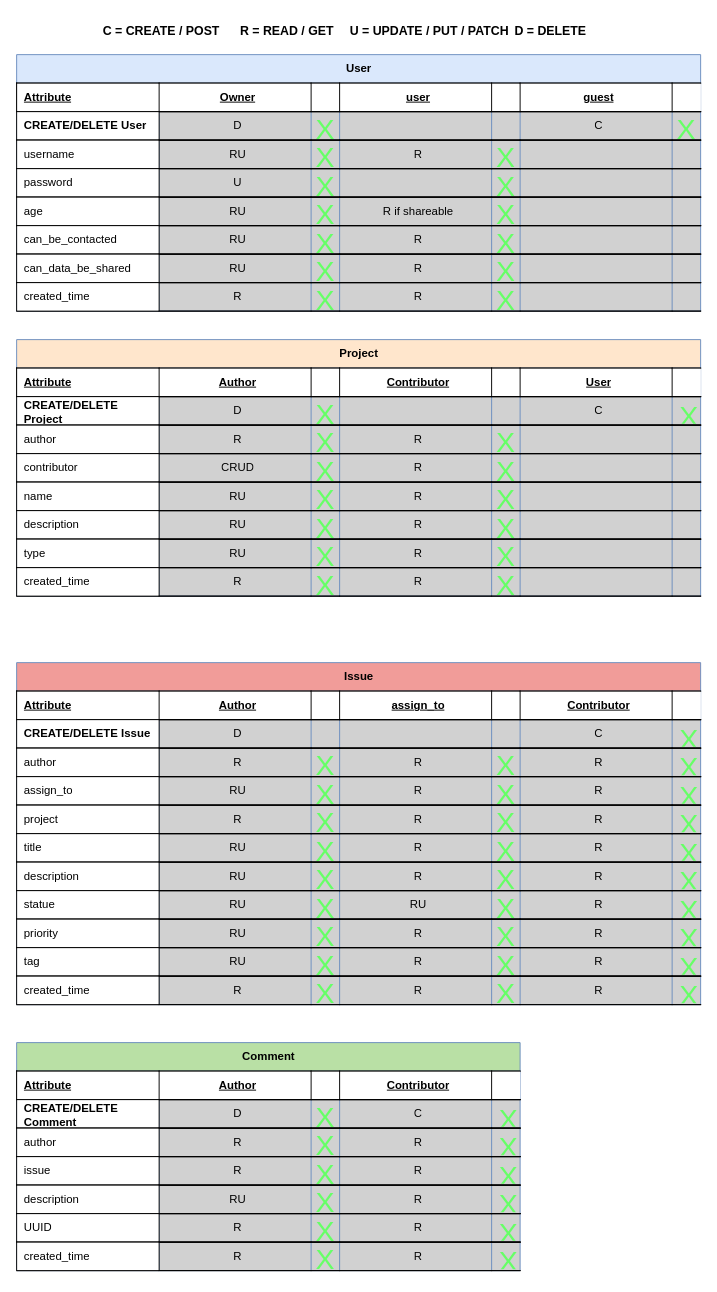
Earlier version of the draw.io diagram page "Permission" (3 of 3) of SoftDesk_Support/Doc/P10_model.drawio (CuteSlime/P10_Creez_une_API_securisee_RESTful_en_utilisant_Django_REST). Source tidied: cells renumbered, new cells numbered last; positions are measured from the earlier drawing's top-left corner, leaving out a move shared by most shapes. Both pictures are drawn from the tidied source at 95%, with x=0, y=0 at pixel (16, 16).
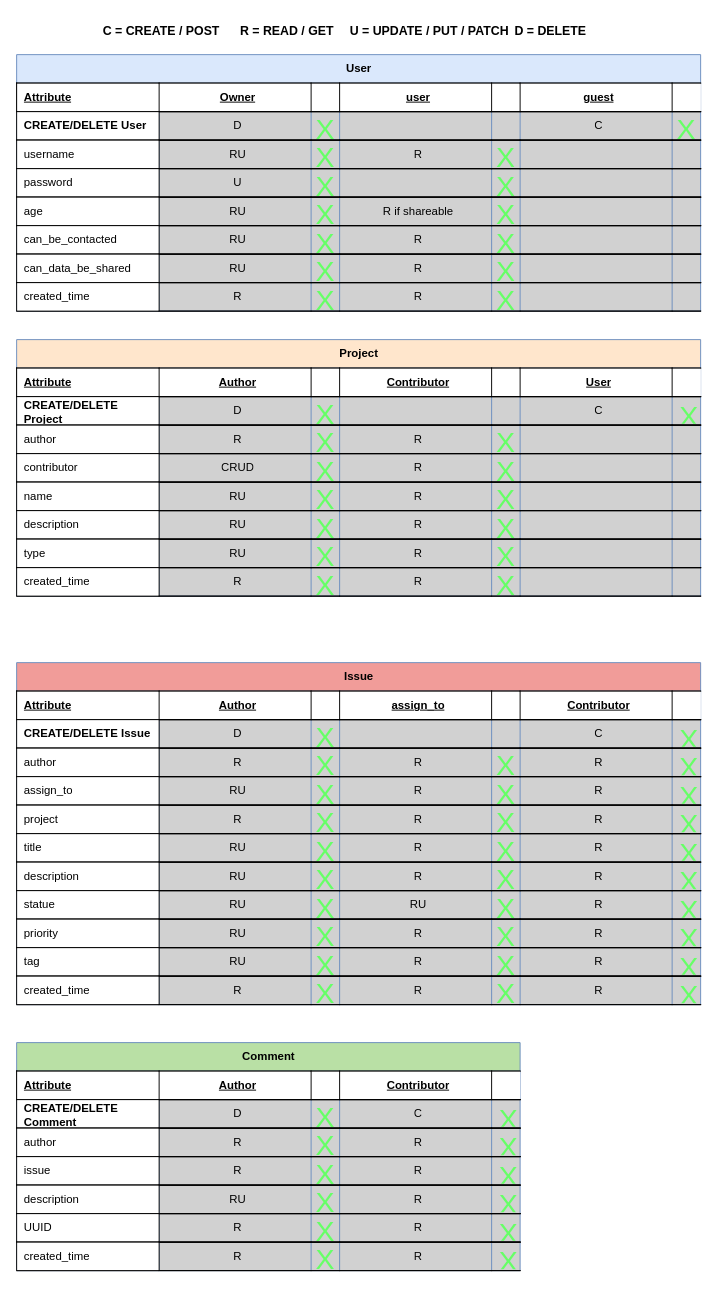
The same page after the edit.

Commit message (it also covers changes not shown here):
Mettre à jour P10_model.drawio

Unchanged cells that the change refers to:
```xml
<mxCell id="142" style="shape=tableRow;horizontal=0;startSize=0;swimlaneHead=0;swimlaneBody=0;fillColor=none;top=1;left=0;right=0;bottom=1;labelBorderColor=none;" parent="133" vertex="1">
  <mxGeometry y="60" width="720" height="30" as="geometry" />
</mxCell>
```

Diff of the diagram source:
```diff
@@
-    <mxCell id="145" style="shape=partialRectangle;fillColor=none;top=1;left=0;bottom=1;right=0;align=center;spacingLeft=0;overflow=hidden;whiteSpace=wrap;html=1;labelBorderColor=none;strokeColor=default;fontSize=30;fontColor=#66FF66;spacing=0;" parent="142" vertex="1">
+    <mxCell id="145" value="X" style="shape=partialRectangle;fillColor=none;top=1;left=0;bottom=1;right=0;align=center;spacingLeft=0;overflow=hidden;whiteSpace=wrap;html=1;labelBorderColor=none;strokeColor=default;fontSize=30;fontColor=#66FF66;spacing=0;" parent="142" vertex="1">
       <mxGeometry x="310" width="30" height="30" as="geometry" />
     </mxCell>
```
